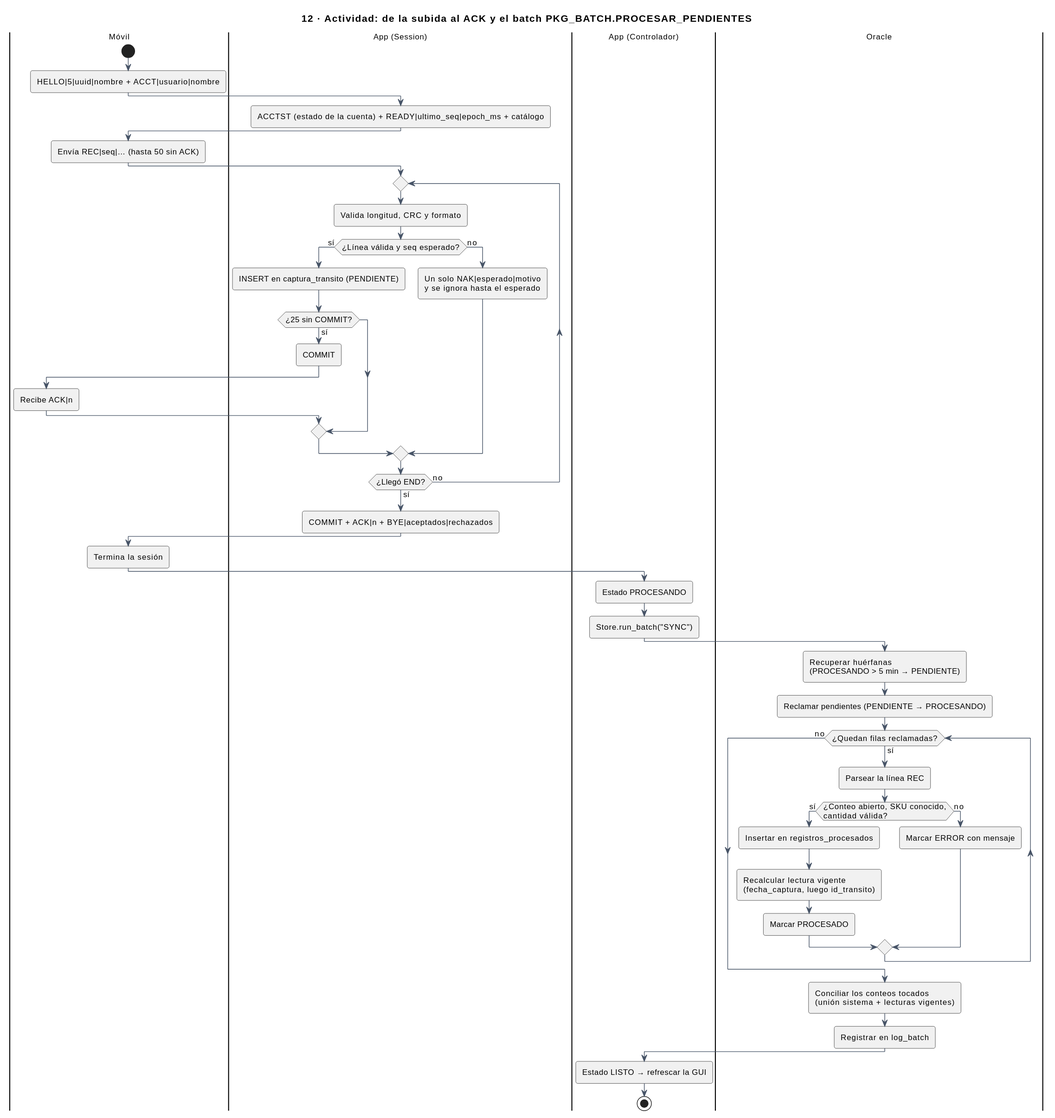
sebas-archive/kardex-bt keeps this PlantUML diagram as docs/img/uml/12-actividad-batch.svg. Above is the earlier version.
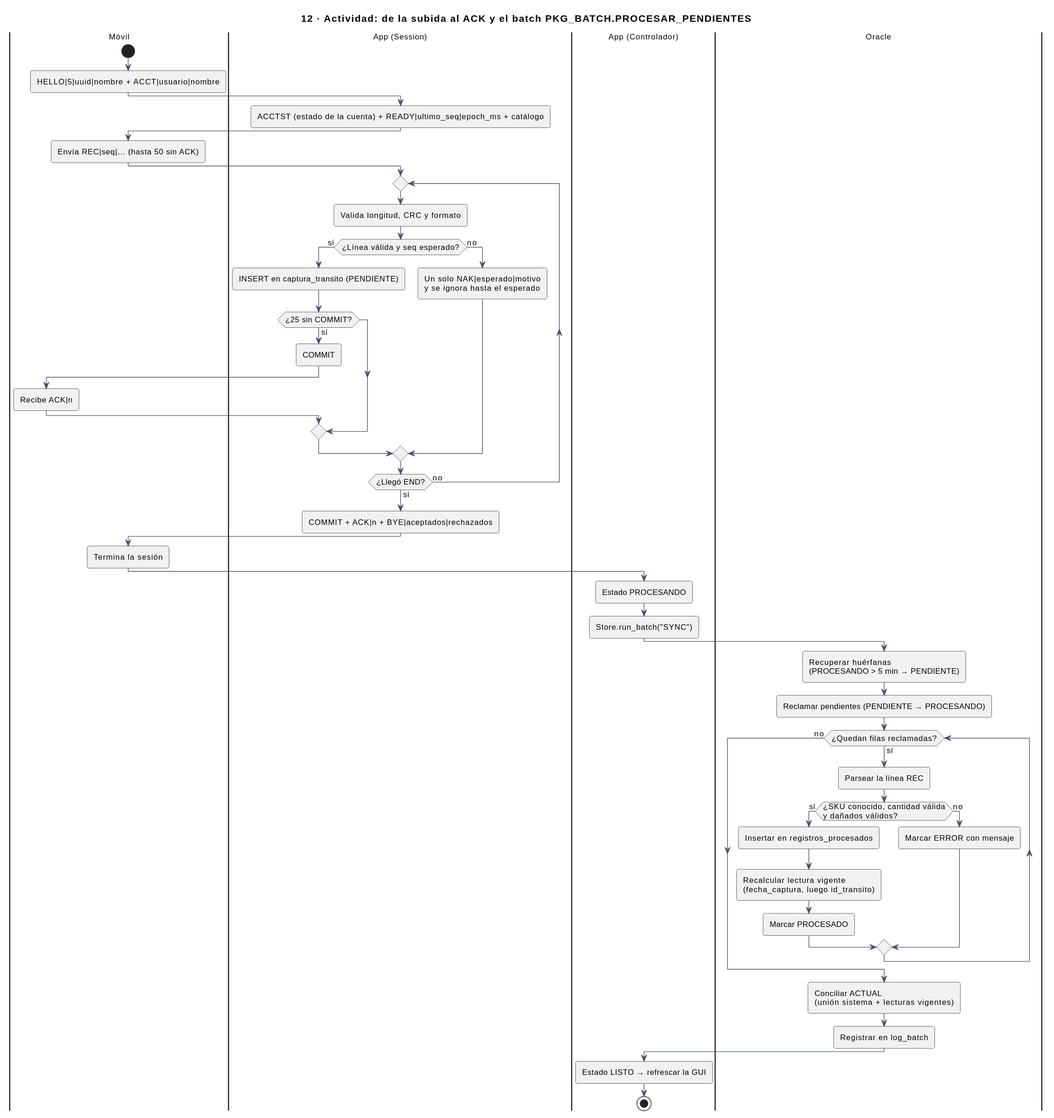
After the commit.

What changed in the source:
```diff
@@ -34,7 +34,7 @@
 :Reclamar pendientes (PENDIENTE → PROCESANDO);
 while (¿Quedan filas reclamadas?) is (sí)
   :Parsear la línea REC;
-  if (¿Conteo abierto, SKU conocido,\ncantidad válida?) then (sí)
+  if (¿SKU conocido, cantidad válida\ny dañados válidos?) then (sí)
     :Insertar en registros_procesados;
     :Recalcular lectura vigente\n(fecha_captura, luego id_transito);
     :Marcar PROCESADO;
@@ -42,7 +42,7 @@
     :Marcar ERROR con mensaje;
   endif
 endwhile (no)
-:Conciliar los conteos tocados\n(unión sistema + lecturas vigentes);
+:Conciliar ACTUAL\n(unión sistema + lecturas vigentes);
 :Registrar en log_batch;
 |App (Controlador)|
 :Estado LISTO → refrescar la GUI;
```
